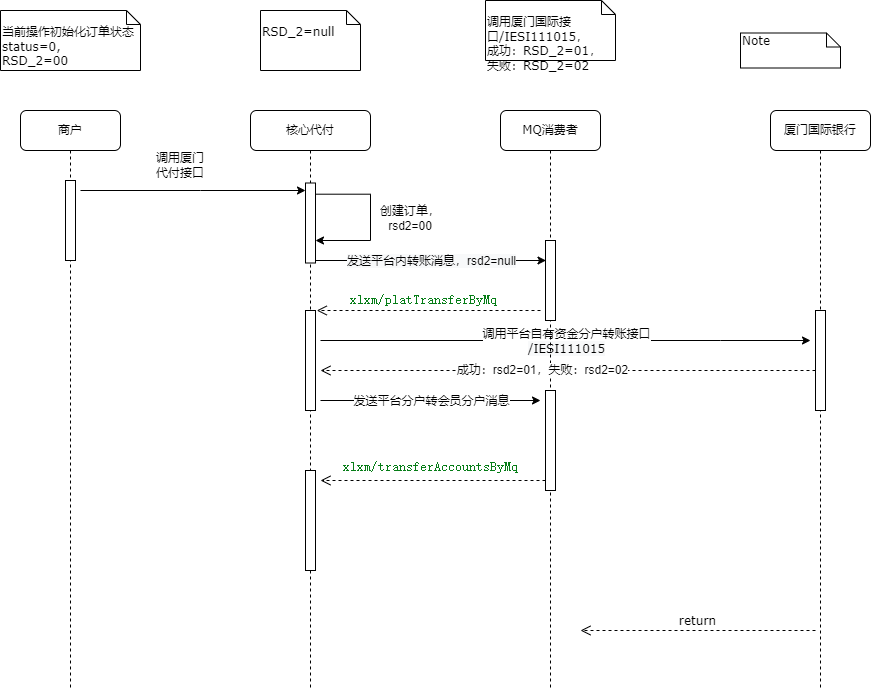
This is 厦门银行订单状态RSD_2.png from songyibo2019/mydiagrams, a draw.io export, as it was before one commit. Source tidied: cells renumbered, new cells last; positions are measured from the earlier drawing's top-left corner, leaving out a move shared by most shapes.
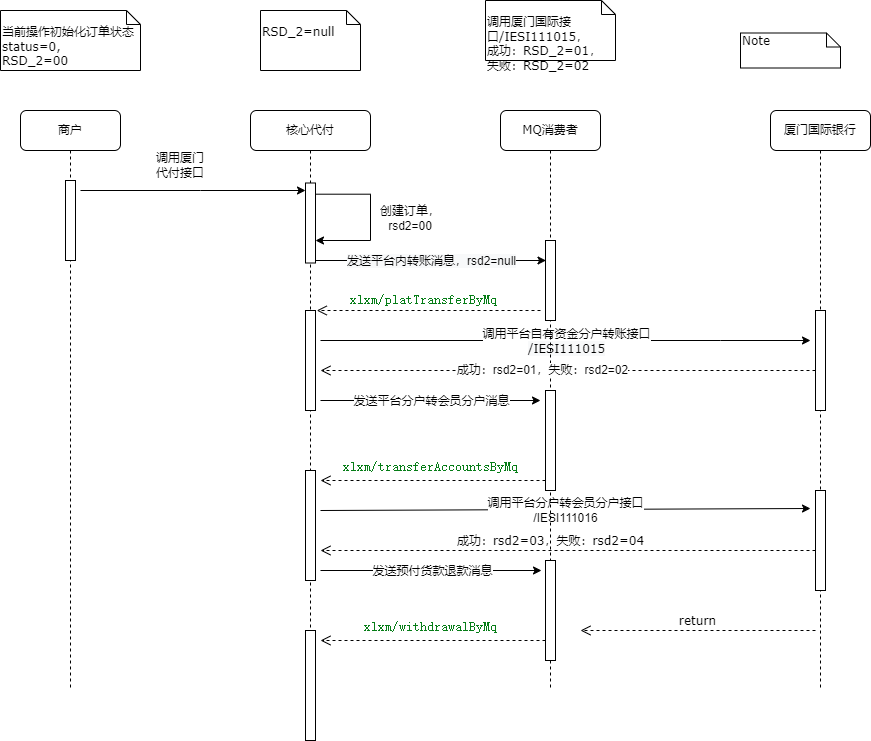
After the change.

Commit message:
Update 厦门银行订单状态RSD_2.png

The edit, as a diff of the source:
```diff
@@ -3,7 +3,7 @@
     <mxCell id="0" />
     <mxCell id="1" parent="0" />
     <mxCell id="2" value="核心代付" style="shape=umlLifeline;perimeter=lifelinePerimeter;whiteSpace=wrap;html=1;rounded=1;shadow=0;comic=0;labelBackgroundColor=none;strokeWidth=1;fontFamily=Verdana;fontSize=12;align=center;" parent="1" vertex="1">
-      <mxGeometry x="250" y="110" width="120" height="580" as="geometry" />
+      <mxGeometry x="250" y="110" width="120" height="630" as="geometry" />
     </mxCell>
     <mxCell id="3" style="html=1;points=[];perimeter=orthogonalPerimeter;rounded=0;shadow=0;comic=0;labelBackgroundColor=none;strokeWidth=1;fontFamily=Verdana;fontSize=12;align=center;" parent="2" vertex="1">
       <mxGeometry x="55" y="72.5" width="10" height="80" as="geometry" />
@@ -52,8 +52,27 @@
       <mxGeometry relative="1" as="geometry" />
     </mxCell>
     <mxCell id="10" style="html=1;perimeter=orthogonalPerimeter;rounded=0;shadow=0;comic=0;labelBackgroundColor=none;strokeWidth=1;fontFamily=Verdana;fontSize=12;align=center;" parent="2" vertex="1">
-      <mxGeometry x="55" y="360" width="10" height="100" as="geometry" />
+      <mxGeometry x="55" y="360" width="10" height="110" as="geometry" />
     </mxCell>
+    <mxCell id="32" value="d" style="endArrow=classic;html=1;rounded=0;entryX=-0.5;entryY=0.18;entryDx=0;entryDy=0;entryPerimeter=0;" parent="2" edge="1" target="38">
+      <mxGeometry relative="1" as="geometry">
+        <mxPoint x="70" y="400" as="sourcePoint" />
+      </mxGeometry>
+    </mxCell>
+    <mxCell id="33" value="调用平台分户转会员分户接口&lt;br&gt;&lt;span style=&quot;font-size: 11px&quot;&gt;/IESI111016&lt;/span&gt;" style="edgeLabel;html=1;align=center;verticalAlign=middle;" parent="32" vertex="1">
+      <mxGeometry relative="1" as="geometry" />
+    </mxCell>
+    <mxCell id="34" style="endArrow=classic;html=1;rounded=0;entryX=-0.4;entryY=0.1;entryDx=0;entryDy=0;entryPerimeter=0;" parent="2" edge="1" target="37">
+      <mxGeometry relative="1" as="geometry">
+        <mxPoint x="70" y="460" as="sourcePoint" />
+      </mxGeometry>
+    </mxCell>
+    <mxCell id="35" value="发送预付货款退款消息" style="edgeLabel;html=1;align=center;verticalAlign=middle;" parent="34" vertex="1">
+      <mxGeometry relative="1" as="geometry" />
+    </mxCell>
+    <mxCell id="36" style="html=1;perimeter=orthogonalPerimeter;rounded=0;shadow=0;comic=0;labelBackgroundColor=none;strokeWidth=1;fontFamily=Verdana;fontSize=12;align=center;" parent="2" vertex="1">
+      <mxGeometry x="55" y="520" width="10" height="110" as="geometry" />
+    </mxCell>
     <mxCell id="11" value="MQ消费者" style="shape=umlLifeline;perimeter=lifelinePerimeter;whiteSpace=wrap;html=1;rounded=1;shadow=0;comic=0;labelBackgroundColor=none;strokeWidth=1;fontFamily=Verdana;fontSize=12;align=center;" parent="1" vertex="1">
       <mxGeometry x="500" y="110" width="100" height="580" as="geometry" />
     </mxCell>
@@ -75,12 +94,18 @@
     <mxCell id="15" style="html=1;perimeter=orthogonalPerimeter;rounded=0;shadow=0;comic=0;labelBackgroundColor=none;strokeWidth=1;fontFamily=Verdana;fontSize=12;align=center;" parent="11" vertex="1">
       <mxGeometry x="45" y="280" width="10" height="100" as="geometry" />
     </mxCell>
+    <mxCell id="37" style="html=1;points=[];perimeter=orthogonalPerimeter;rounded=0;shadow=0;comic=0;labelBackgroundColor=none;strokeWidth=1;fontFamily=Verdana;fontSize=12;align=center;" parent="11" vertex="1">
+      <mxGeometry x="45" y="450" width="10" height="100" as="geometry" />
+    </mxCell>
     <mxCell id="16" value="厦门国际银行" style="shape=umlLifeline;perimeter=lifelinePerimeter;whiteSpace=wrap;html=1;rounded=1;shadow=0;comic=0;labelBackgroundColor=none;strokeWidth=1;fontFamily=Verdana;fontSize=12;align=center;" parent="1" vertex="1">
       <mxGeometry x="770" y="110" width="100" height="580" as="geometry" />
     </mxCell>
     <mxCell id="17" style="html=1;perimeter=orthogonalPerimeter;rounded=0;shadow=0;comic=0;labelBackgroundColor=none;strokeWidth=1;fontFamily=Verdana;fontSize=12;align=center;" parent="16" vertex="1">
       <mxGeometry x="45" y="200" width="10" height="100" as="geometry" />
     </mxCell>
+    <mxCell id="38" style="html=1;points=[];perimeter=orthogonalPerimeter;rounded=0;shadow=0;comic=0;labelBackgroundColor=none;strokeWidth=1;fontFamily=Verdana;fontSize=12;align=center;" parent="16" vertex="1">
+      <mxGeometry x="45" y="380" width="10" height="100" as="geometry" />
+    </mxCell>
     <mxCell id="18" value="商户" style="shape=umlLifeline;perimeter=lifelinePerimeter;whiteSpace=wrap;html=1;rounded=1;shadow=0;comic=0;labelBackgroundColor=none;strokeWidth=1;fontFamily=Verdana;fontSize=12;align=center;" parent="1" vertex="1">
       <mxGeometry x="20" y="110" width="100" height="580" as="geometry" />
     </mxCell>
@@ -140,5 +165,17 @@
         <mxPoint x="320" y="480" as="targetPoint" />
       </mxGeometry>
     </mxCell>
+    <mxCell id="39" value="成功：rsd2=03，失败：rsd2=04" style="html=1;verticalAlign=bottom;endArrow=open;dashed=1;endSize=8;exitX=0;exitY=0.95;labelBackgroundColor=none;fontFamily=Verdana;fontSize=12;" parent="1" edge="1">
+      <mxGeometry x="0.07" relative="1" as="geometry">
+        <mxPoint x="815" y="550" as="sourcePoint" />
+        <mxPoint x="320" y="550" as="targetPoint" />
+      </mxGeometry>
+    </mxCell>
+    <mxCell id="40" value="&lt;pre style=&quot;background-color: #ffffff ; color: #080808 ; font-family: &amp;quot;jetbrains mono&amp;quot; , monospace ; font-size: 9.8pt&quot;&gt;&lt;span style=&quot;color: #067d17&quot;&gt;xlxm/withdrawalByMq&lt;/span&gt;&lt;/pre&gt;" style="html=1;verticalAlign=bottom;endArrow=open;dashed=1;endSize=8;exitX=0;exitY=0.95;labelBackgroundColor=none;fontFamily=Verdana;fontSize=12;" parent="1" edge="1">
+      <mxGeometry x="0.02" y="10" relative="1" as="geometry">
+        <mxPoint x="545" y="640" as="sourcePoint" />
+        <mxPoint x="320" y="640" as="targetPoint" />
+      </mxGeometry>
+    </mxCell>
   </root>
 </mxGraphModel>
```
